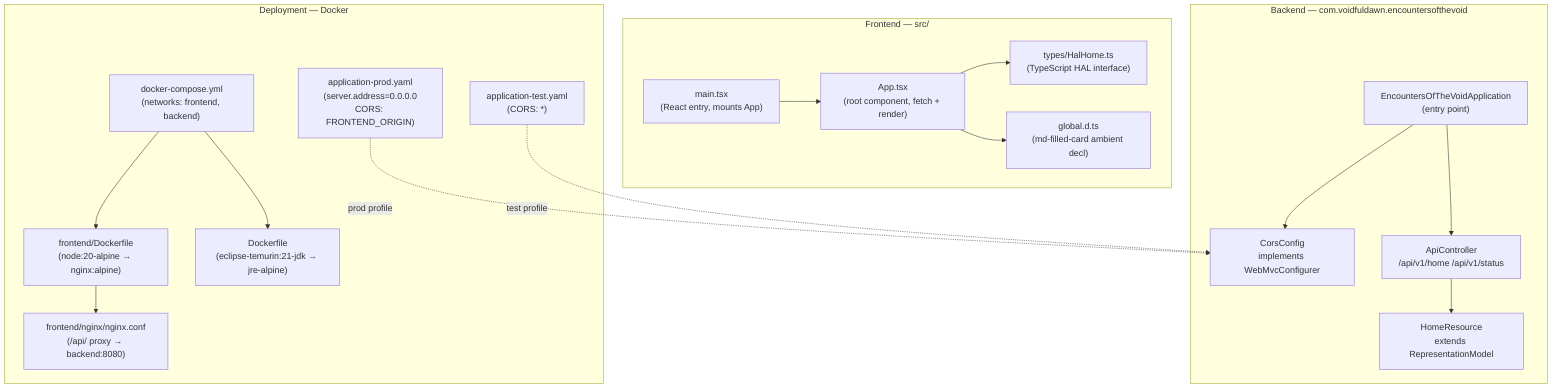
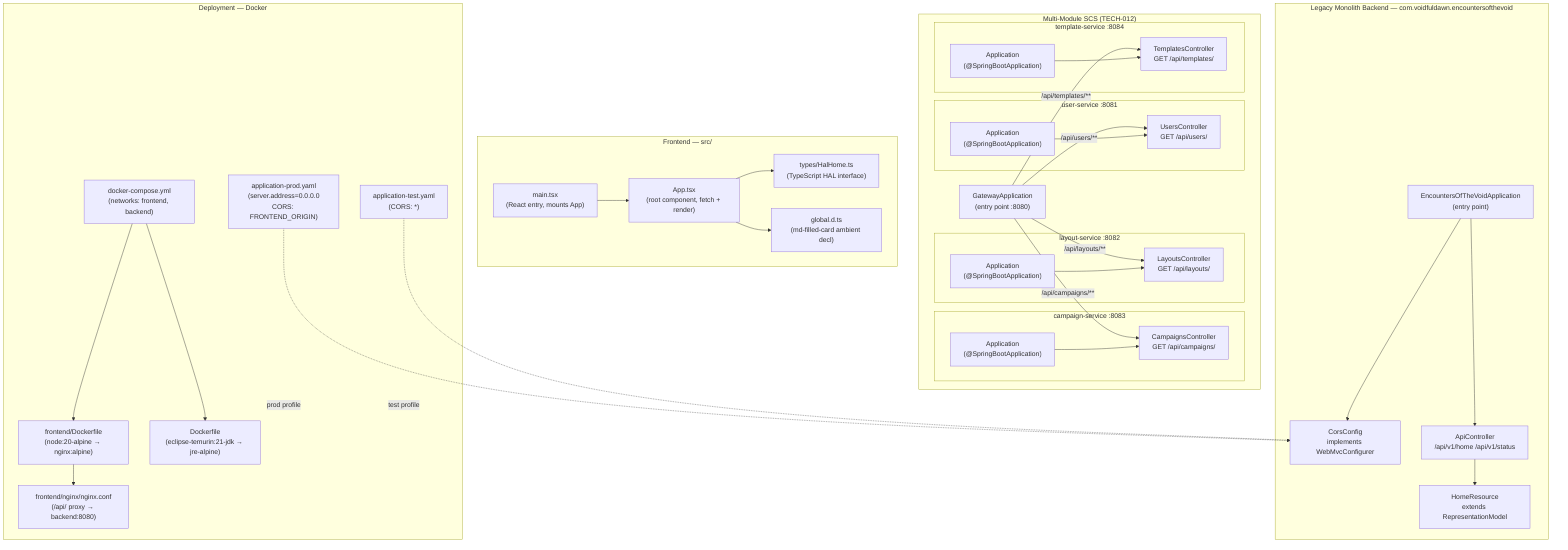
graph TB
-     subgraph backend ["Backend — com.voidfuldawn.encountersofthevoid"]
+     subgraph multimodule ["Multi-Module SCS (TECH-012)"]
+         GWApp["GatewayApplication\n(entry point :8080)"]
+ 
+         subgraph us ["user-service :8081"]
+             UsApp["Application\n(@SpringBootApplication)"]
+             UsCtrl["UsersController\nGET /api/users/"]
+         end
+ 
+         subgraph ls ["layout-service :8082"]
+             LsApp["Application\n(@SpringBootApplication)"]
+             LsCtrl["LayoutsController\nGET /api/layouts/"]
+         end
+ 
+         subgraph cs ["campaign-service :8083"]
+             CsApp["Application\n(@SpringBootApplication)"]
+             CsCtrl["CampaignsController\nGET /api/campaigns/"]
+         end
+ 
+         subgraph ts ["template-service :8084"]
+             TsApp["Application\n(@SpringBootApplication)"]
+             TsCtrl["TemplatesController\nGET /api/templates/"]
+         end
+     end
+ 
+     subgraph backend ["Legacy Monolith Backend — com.voidfuldawn.encountersofthevoid"]
        App["EncountersOfTheVoidApplication\n(entry point)"]
        Controller["ApiController\n/api/v1/home  /api/v1/status"]
        Model["HomeResource\nextends RepresentationModel"]
        Config["CorsConfig\nimplements WebMvcConfigurer"]
    end

    subgraph frontend ["Frontend — src/"]
        MainTSX["main.tsx\n(React entry, mounts App)"]
        AppTSX["App.tsx\n(root component, fetch + render)"]
        Types["types/HalHome.ts\n(TypeScript HAL interface)"]
        GlobalD["global.d.ts\n(md-filled-card ambient decl)"]
    end

    subgraph deployment ["Deployment — Docker"]
        DockerBE["Dockerfile\n(eclipse-temurin:21-jdk → jre-alpine)"]
        DockerFE["frontend/Dockerfile\n(node:20-alpine → nginx:alpine)"]
        NginxConf["frontend/nginx/nginx.conf\n(/api/ proxy → backend:8080)"]
        Compose["docker-compose.yml\n(networks: frontend, backend)"]
        ProfProd["application-prod.yaml\n(server.address=0.0.0.0\nCORS: FRONTEND_ORIGIN)"]
        ProfTest["application-test.yaml\n(CORS: *)"]
    end

+     GWApp -->|"/api/users/**"| UsCtrl
+     GWApp -->|"/api/layouts/**"| LsCtrl
+     GWApp -->|"/api/campaigns/**"| CsCtrl
+     GWApp -->|"/api/templates/**"| TsCtrl
+     UsApp --> UsCtrl
+     LsApp --> LsCtrl
+     CsApp --> CsCtrl
+     TsApp --> TsCtrl
+ 
    App --> Controller
    App --> Config
    Controller --> Model
    MainTSX --> AppTSX
    AppTSX --> Types
    AppTSX --> GlobalD
    Compose --> DockerBE
    Compose --> DockerFE
    DockerFE --> NginxConf
    ProfProd -.->|"prod profile"| Config
    ProfTest -.->|"test profile"| Config
